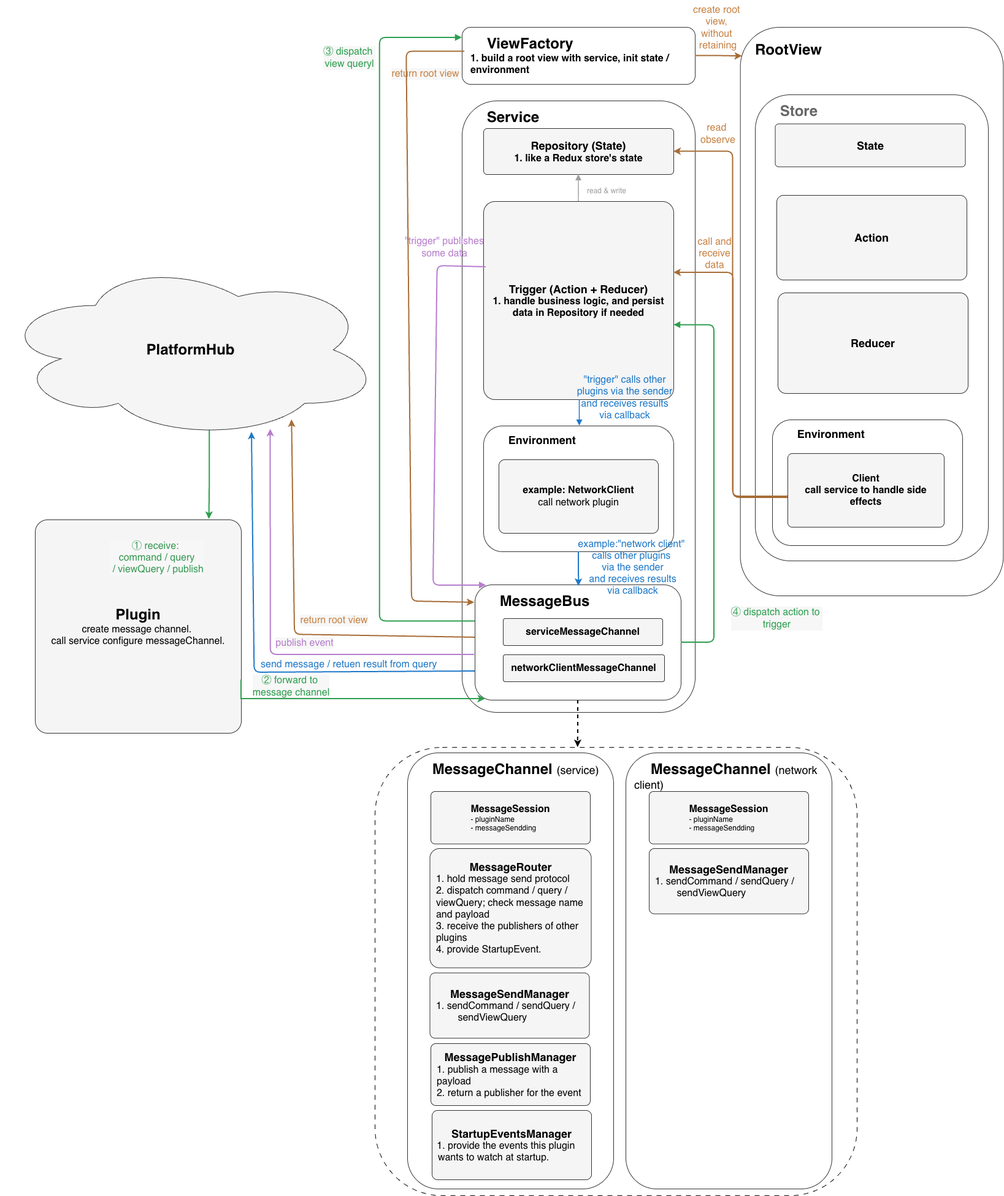
Before: 架构图.drawio.white.png, a diagram exported from draw.io (SumiaFish/kevinyyhuangcc). Source tidied: cells renumbered, new cells last; positions are measured from the earlier drawing's top-left corner, leaving out a move shared by most shapes.
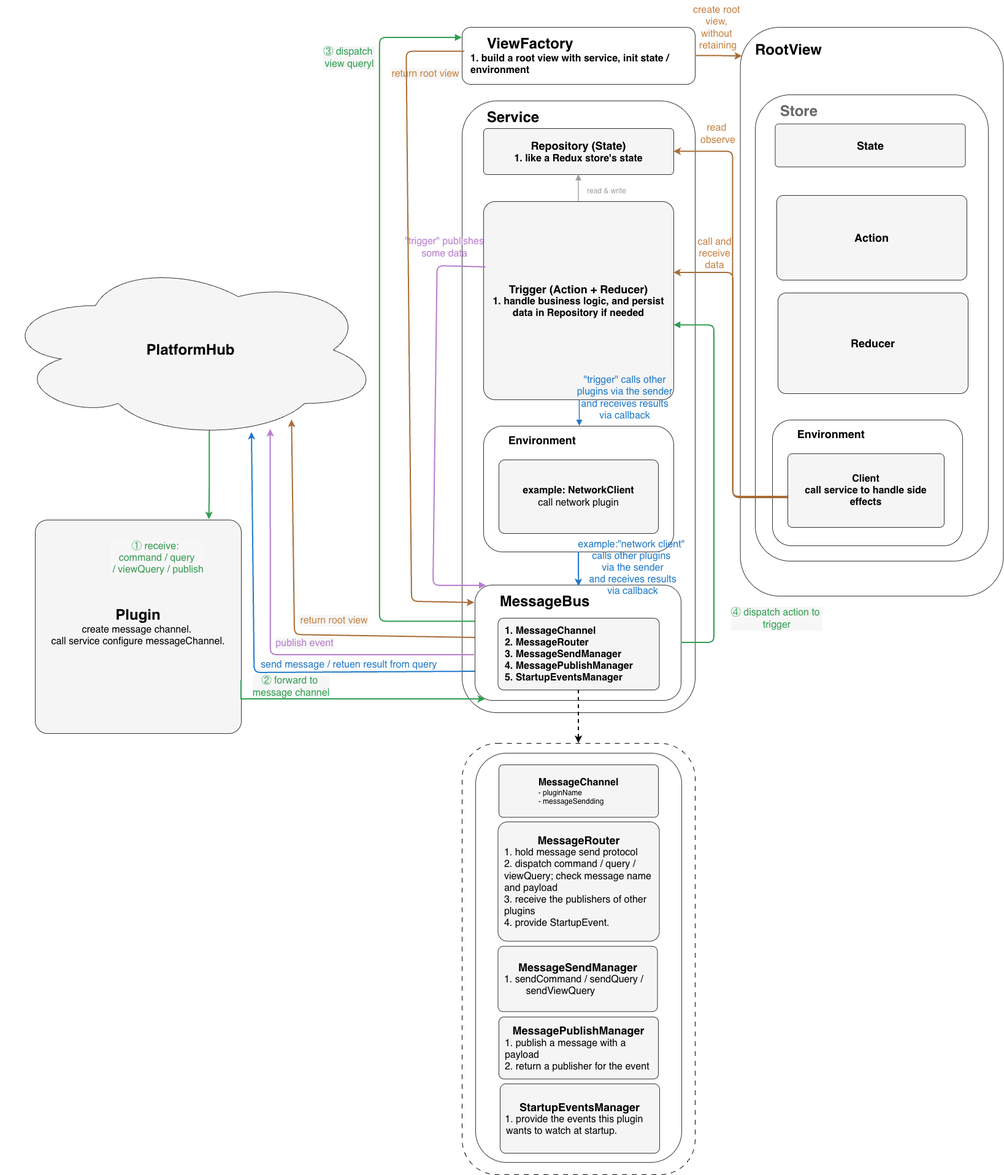
After the commit.

Change to the diagram source:
```diff
@@ -3,19 +3,19 @@
     <mxCell id="0" />
     <mxCell id="1" parent="0" />
     <mxCell id="2" style="rounded=1;whiteSpace=wrap;html=1;roundedPerimeter=1;dashed=1;dashPattern=8 8;" parent="1" vertex="1">
-      <mxGeometry x="611" y="1218" width="786" height="731" as="geometry" />
+      <mxGeometry x="753" y="1211" width="380" height="703" as="geometry" />
     </mxCell>
     <mxCell id="3" value="&lt;b&gt;&lt;font style=&quot;font-size: 24px;&quot;&gt;&lt;span style=&quot;white-space: pre;&quot;&gt;&#9;&lt;/span&gt;Service&lt;/font&gt;&lt;/b&gt;" style="rounded=1;whiteSpace=wrap;html=1;fillColor=none;strokeColor=#333333;verticalAlign=top;align=left;spacingLeft=12;spacingTop=6;fontColor=default;fontSize=12;" parent="1" vertex="1">
       <mxGeometry x="753" y="164" width="380" height="997" as="geometry" />
     </mxCell>
-    <mxCell id="4" style="edgeStyle=orthogonalEdgeStyle;rounded=0;jettySize=auto;html=1;exitX=0.5;exitY=1;exitDx=0;exitDy=0;entryX=0.421;entryY=0.001;entryDx=0;entryDy=0;defaultLabelBackgroundColor=page;strokeWidth=2;dashed=1;" parent="1" edge="1" source="5" target="2">
-      <mxGeometry relative="1" as="geometry" />
+    <mxCell id="4" style="edgeStyle=orthogonalEdgeStyle;rounded=0;jettySize=auto;html=1;exitX=0.5;exitY=1;exitDx=0;exitDy=0;entryX=0.5;entryY=0;entryDx=0;entryDy=0;defaultLabelBackgroundColor=page;strokeWidth=2;dashed=1;" parent="1" edge="1" source="55" target="2">
+      <mxGeometry x="0.49" relative="1" as="geometry" />
     </mxCell>
     <mxCell id="5" value="&lt;b&gt;&lt;font style=&quot;font-size: 24px;&quot;&gt;&lt;span style=&quot;white-space: pre;&quot;&gt;&#9;&lt;/span&gt;MessageBus&lt;/font&gt;&lt;/b&gt;" style="rounded=1;whiteSpace=wrap;html=1;fillColor=none;strokeColor=#333333;verticalAlign=top;align=left;spacingLeft=12;spacingTop=6;fontColor=default;fontSize=12;" parent="1" vertex="1">
       <mxGeometry x="774" y="953" width="336" height="188" as="geometry" />
     </mxCell>
-    <mxCell id="6" value="&lt;font style=&quot;font-weight: bold; font-size: 24px;&quot;&gt;&lt;span style=&quot;white-space: pre;&quot;&gt;&#9;&lt;/span&gt;MessageChannel &lt;/font&gt;&lt;font style=&quot;font-size: 18px;&quot;&gt;(service)&lt;/font&gt;" style="rounded=1;whiteSpace=wrap;html=1;fillColor=none;strokeColor=#333333;verticalAlign=top;align=left;spacingLeft=12;spacingTop=6;fontColor=default;fontSize=12;" parent="1" vertex="1">
-      <mxGeometry x="664" y="1227" width="336" height="711" as="geometry" />
+    <mxCell id="6" style="rounded=1;whiteSpace=wrap;html=1;fillColor=none;strokeColor=#333333;verticalAlign=top;align=left;spacingLeft=12;spacingTop=6;fontColor=default;fontSize=12;" parent="1" vertex="1">
+      <mxGeometry x="775" y="1227" width="336" height="667" as="geometry" />
     </mxCell>
     <mxCell id="7" value="&lt;b&gt;&lt;font style=&quot;font-size: 18px;&quot;&gt;&lt;span style=&quot;white-space: pre;&quot;&gt;&#9;&lt;/span&gt;Environment&lt;/font&gt;&lt;/b&gt;" style="rounded=1;whiteSpace=wrap;html=1;fillColor=none;strokeColor=#333333;verticalAlign=top;align=left;spacingLeft=12;spacingTop=6;fontColor=default;fontSize=12;" parent="1" vertex="1">
       <mxGeometry x="788" y="694" width="310" height="205" as="geometry" />
@@ -205,34 +205,22 @@
       <mxGeometry x="423" y="1067" width="207" height="26" as="geometry" />
     </mxCell>
     <mxCell id="50" value="&lt;b&gt;&lt;font style=&quot;font-size: 18px;&quot;&gt;MessageSendManager&lt;/font&gt;&lt;/b&gt;&lt;div style=&quot;text-align: left;&quot;&gt;&lt;font style=&quot;font-size: 16px;&quot;&gt;&amp;nbsp; 1. sendCommand / sendQuery /&amp;nbsp; &amp;nbsp; &amp;nbsp; &amp;nbsp; &amp;nbsp; &amp;nbsp; &amp;nbsp; &amp;nbsp; sendViewQuery&lt;/font&gt;&lt;/div&gt;" style="rounded=1;whiteSpace=wrap;html=1;fillColor=#F5F5F5;strokeColor=#333333;fontColor=#000000;fontSize=12;arcSize=8;" parent="1" vertex="1">
-      <mxGeometry x="700.5" y="1585.8" width="260" height="106.5" as="geometry" />
+      <mxGeometry x="811.5" y="1541.8" width="260" height="106.5" as="geometry" />
     </mxCell>
     <mxCell id="51" value="&lt;b&gt;&lt;font style=&quot;font-size: 18px;&quot;&gt;MessagePublishManager&lt;/font&gt;&lt;/b&gt;&lt;div style=&quot;text-align: left;&quot;&gt;&lt;font style=&quot;font-size: 16px;&quot;&gt;&amp;nbsp; 1. publish a message with a&amp;nbsp; &amp;nbsp; &amp;nbsp; &amp;nbsp; &amp;nbsp; &amp;nbsp; &amp;nbsp; payload&lt;/font&gt;&lt;/div&gt;&lt;div style=&quot;text-align: left;&quot;&gt;&lt;font style=&quot;font-size: 16px;&quot;&gt;&amp;nbsp; 2. return a publisher for the event&lt;/font&gt;&lt;/div&gt;" style="rounded=1;whiteSpace=wrap;html=1;fillColor=#F5F5F5;strokeColor=#333333;fontColor=#000000;fontSize=12;arcSize=8;" parent="1" vertex="1">
-      <mxGeometry x="702" y="1701" width="260" height="101" as="geometry" />
+      <mxGeometry x="813" y="1657" width="260" height="101" as="geometry" />
     </mxCell>
     <mxCell id="52" value="&lt;b&gt;&lt;font style=&quot;font-size: 18px;&quot;&gt;StartupEventsManager&lt;/font&gt;&lt;/b&gt;&lt;div style=&quot;text-align: left;&quot;&gt;&lt;font style=&quot;font-size: 13px;&quot;&gt;&amp;nbsp; &lt;/font&gt;&lt;font style=&quot;font-size: 16px;&quot;&gt;&lt;font style=&quot;&quot;&gt;1&lt;/font&gt;&lt;font style=&quot;&quot;&gt;. provide the events this plugin&amp;nbsp; &amp;nbsp; &amp;nbsp; &amp;nbsp; wants to watch at startup.&lt;/font&gt;&lt;/font&gt;&lt;/div&gt;" style="rounded=1;whiteSpace=wrap;html=1;fillColor=#F5F5F5;strokeColor=#333333;fontColor=#000000;fontSize=12;arcSize=8;" parent="1" vertex="1">
-      <mxGeometry x="704" y="1810" width="260" height="113" as="geometry" />
+      <mxGeometry x="815" y="1766" width="260" height="113" as="geometry" />
     </mxCell>
     <mxCell id="53" value="&lt;b&gt;&lt;font style=&quot;font-size: 18px;&quot;&gt;MessageRouter&lt;/font&gt;&lt;/b&gt;&lt;br&gt;&lt;div style=&quot;text-align: left;&quot;&gt;&lt;font style=&quot;font-size: 16px;&quot;&gt;&amp;nbsp; 1. hold message send protocol&lt;/font&gt;&lt;/div&gt;&lt;div style=&quot;text-align: left;&quot;&gt;&lt;font style=&quot;font-size: 16px;&quot;&gt;&amp;nbsp; 2. dispatch command / query /&amp;nbsp; &amp;nbsp; &amp;nbsp; &amp;nbsp; &amp;nbsp; viewQuery; check message name&amp;nbsp; &amp;nbsp; and payload&lt;/font&gt;&lt;/div&gt;&lt;div style=&quot;text-align: left;&quot;&gt;&lt;font style=&quot;font-size: 16px;&quot;&gt;&amp;nbsp; 3. receive the publishers of other&amp;nbsp; &amp;nbsp; &amp;nbsp; plugins&lt;/font&gt;&lt;/div&gt;&lt;div style=&quot;text-align: left;&quot;&gt;&lt;font style=&quot;font-size: 16px;&quot;&gt;&amp;nbsp; 4. provide StartupEvent.&lt;/font&gt;&lt;/div&gt;" style="rounded=1;whiteSpace=wrap;html=1;fillColor=#F5F5F5;strokeColor=#333333;strokeWidth=1;fontColor=#000000;fontSize=12;arcSize=8;" parent="1" vertex="1">
-      <mxGeometry x="700.5" y="1383" width="263" height="194.5" as="geometry" />
+      <mxGeometry x="811.5" y="1339" width="263" height="194.5" as="geometry" />
     </mxCell>
-    <mxCell id="54" value="&lt;span style=&quot;font-size: 16px;&quot;&gt;&lt;b&gt;serviceMessageChannel&lt;/b&gt;&lt;/span&gt;" style="rounded=1;whiteSpace=wrap;html=1;fillColor=#F5F5F5;strokeColor=#333333;fontColor=#000000;fontSize=12;arcSize=8;" parent="1" vertex="1">
-      <mxGeometry x="820" y="1008" width="260" height="44" as="geometry" />
-    </mxCell>
-    <mxCell id="55" value="&lt;span style=&quot;font-size: 16px;&quot;&gt;&lt;b&gt;networkClientMessageChannel&lt;/b&gt;&lt;/span&gt;" style="rounded=1;whiteSpace=wrap;html=1;fillColor=#F5F5F5;strokeColor=#333333;fontColor=#000000;fontSize=12;arcSize=8;" parent="1" vertex="1">
-      <mxGeometry x="820" y="1067" width="263" height="44" as="geometry" />
+    <mxCell id="55" value="&lt;b style=&quot;font-size: 16px;&quot;&gt;&amp;nbsp; 1. MessageChannel&lt;/b&gt;&lt;div&gt;&lt;b style=&quot;font-size: 16px;&quot;&gt;&amp;nbsp; 2. MessageRouter&lt;/b&gt;&lt;b style=&quot;font-size: 16px;&quot;&gt;&lt;/b&gt;&lt;/div&gt;&lt;div&gt;&lt;b style=&quot;font-size: 16px;&quot;&gt;&amp;nbsp; 3. MessageSendManager&lt;/b&gt;&lt;/div&gt;&lt;div&gt;&lt;b style=&quot;font-size: 16px;&quot;&gt;&amp;nbsp; 4. MessagePublishManager&lt;/b&gt;&lt;/div&gt;&lt;div&gt;&lt;b style=&quot;font-size: 16px;&quot;&gt;&amp;nbsp; 5. StartupEventsManager&lt;/b&gt;&lt;/div&gt;" style="rounded=1;whiteSpace=wrap;html=1;fillColor=#F5F5F5;strokeColor=#333333;fontColor=#000000;fontSize=12;arcSize=8;align=left;" parent="1" vertex="1">
+      <mxGeometry x="811.5" y="1007" width="263" height="117" as="geometry" />
     </mxCell>
-    <mxCell id="56" value="&lt;font style=&quot;font-size: 16px;&quot;&gt;&lt;b&gt;MessageSession&lt;/b&gt;&lt;/font&gt;&lt;div style=&quot;text-align: left;&quot;&gt;- pluginName&lt;/div&gt;&lt;div style=&quot;text-align: left;&quot;&gt;- messageSendding&lt;/div&gt;" style="rounded=1;whiteSpace=wrap;html=1;fillColor=#F5F5F5;strokeColor=#333333;fontColor=#000000;fontSize=12;arcSize=8;" parent="1" vertex="1">
-      <mxGeometry x="702" y="1290" width="260" height="85.5" as="geometry" />
+    <mxCell id="56" value="&lt;font style=&quot;font-size: 16px;&quot;&gt;&lt;b&gt;MessageChannel&lt;/b&gt;&lt;/font&gt;&lt;div style=&quot;text-align: left;&quot;&gt;- pluginName&lt;/div&gt;&lt;div style=&quot;text-align: left;&quot;&gt;- messageSendding&lt;/div&gt;" style="rounded=1;whiteSpace=wrap;html=1;fillColor=#F5F5F5;strokeColor=#333333;fontColor=#000000;fontSize=12;arcSize=8;" parent="1" vertex="1">
+      <mxGeometry x="813" y="1246" width="260" height="85.5" as="geometry" />
     </mxCell>
-    <mxCell id="57" value="&lt;font style=&quot;font-weight: bold; font-size: 24px;&quot;&gt;&lt;span style=&quot;white-space: pre;&quot;&gt;&#9;&lt;/span&gt;MessageChannel &lt;/font&gt;&lt;font style=&quot;font-size: 18px;&quot;&gt;(network client)&lt;/font&gt;" style="rounded=1;whiteSpace=wrap;html=1;fillColor=none;strokeColor=#333333;verticalAlign=top;align=left;spacingLeft=12;spacingTop=6;fontColor=default;fontSize=12;" parent="1" vertex="1">
-      <mxGeometry x="1020" y="1227" width="336" height="711" as="geometry" />
-    </mxCell>
-    <mxCell id="58" value="&lt;b&gt;&lt;font style=&quot;font-size: 18px;&quot;&gt;MessageSendManager&lt;/font&gt;&lt;/b&gt;&lt;div style=&quot;text-align: left;&quot;&gt;&lt;font style=&quot;font-size: 16px;&quot;&gt;&amp;nbsp; 1. sendCommand / sendQuery /&amp;nbsp; &amp;nbsp; &amp;nbsp; &amp;nbsp; &amp;nbsp; &amp;nbsp; &amp;nbsp; &amp;nbsp; sendViewQuery&lt;/font&gt;&lt;/div&gt;" style="rounded=1;whiteSpace=wrap;html=1;fillColor=#F5F5F5;strokeColor=#333333;fontColor=#000000;fontSize=12;arcSize=8;" parent="1" vertex="1">
-      <mxGeometry x="1058" y="1383" width="260" height="106.5" as="geometry" />
-    </mxCell>
-    <mxCell id="59" value="&lt;font style=&quot;font-size: 16px;&quot;&gt;&lt;b&gt;MessageSession&lt;/b&gt;&lt;/font&gt;&lt;div style=&quot;text-align: left;&quot;&gt;- pluginName&lt;/div&gt;&lt;div style=&quot;text-align: left;&quot;&gt;- messageSendding&lt;/div&gt;" style="rounded=1;whiteSpace=wrap;html=1;fillColor=#F5F5F5;strokeColor=#333333;fontColor=#000000;fontSize=12;arcSize=8;" parent="1" vertex="1">
-      <mxGeometry x="1058" y="1290" width="260" height="85.5" as="geometry" />
-    </mxCell>
   </root>
 </mxGraphModel>
```
